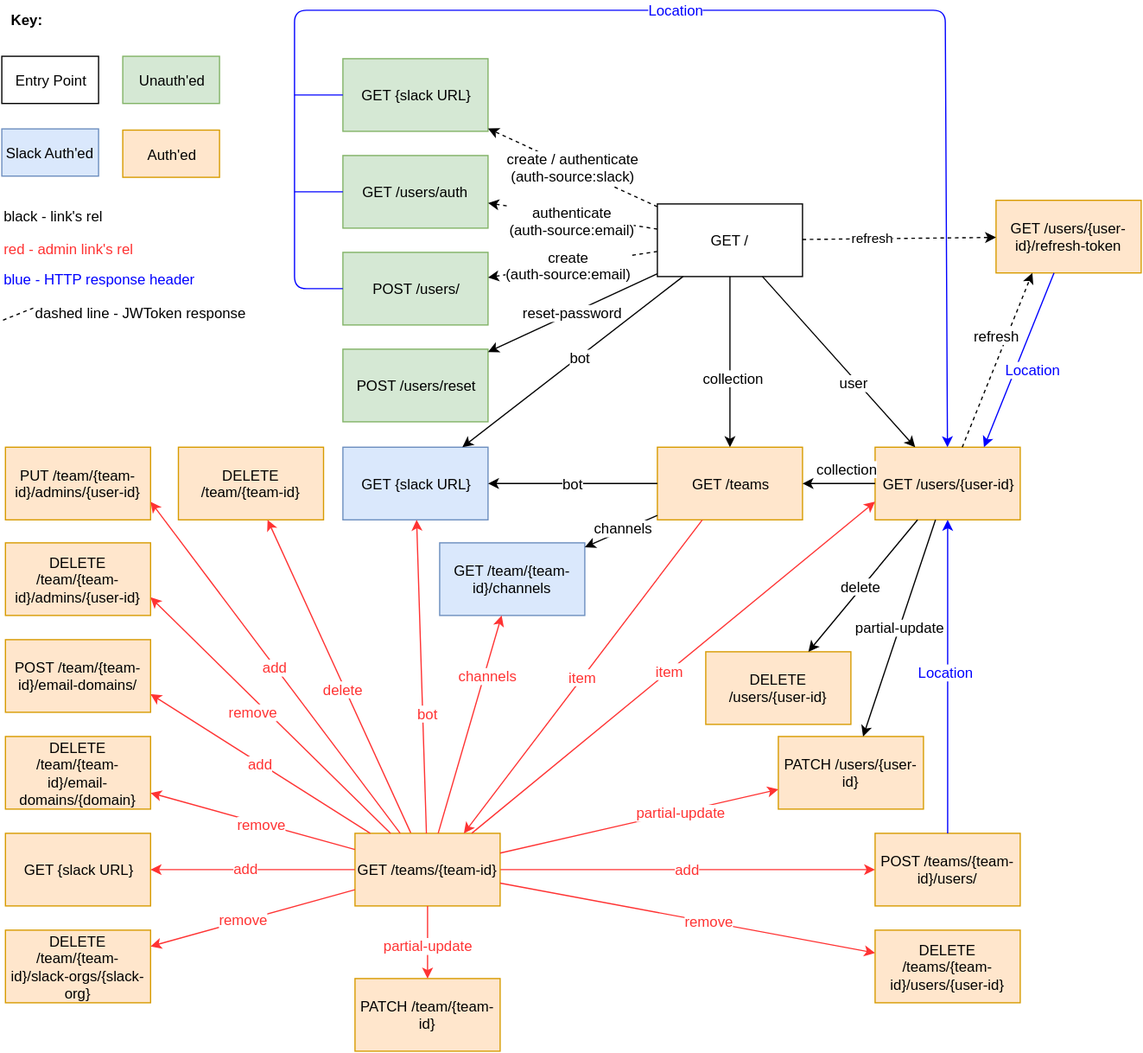
open-company/open-company-auth keeps this draw.io diagram as docs/OC-Auth-REST-API.svg. Above is the earlier version. Source tidied: cells renumbered, new cells last; positions are measured from the earlier drawing's top-left corner, leaving out a move shared by most shapes.
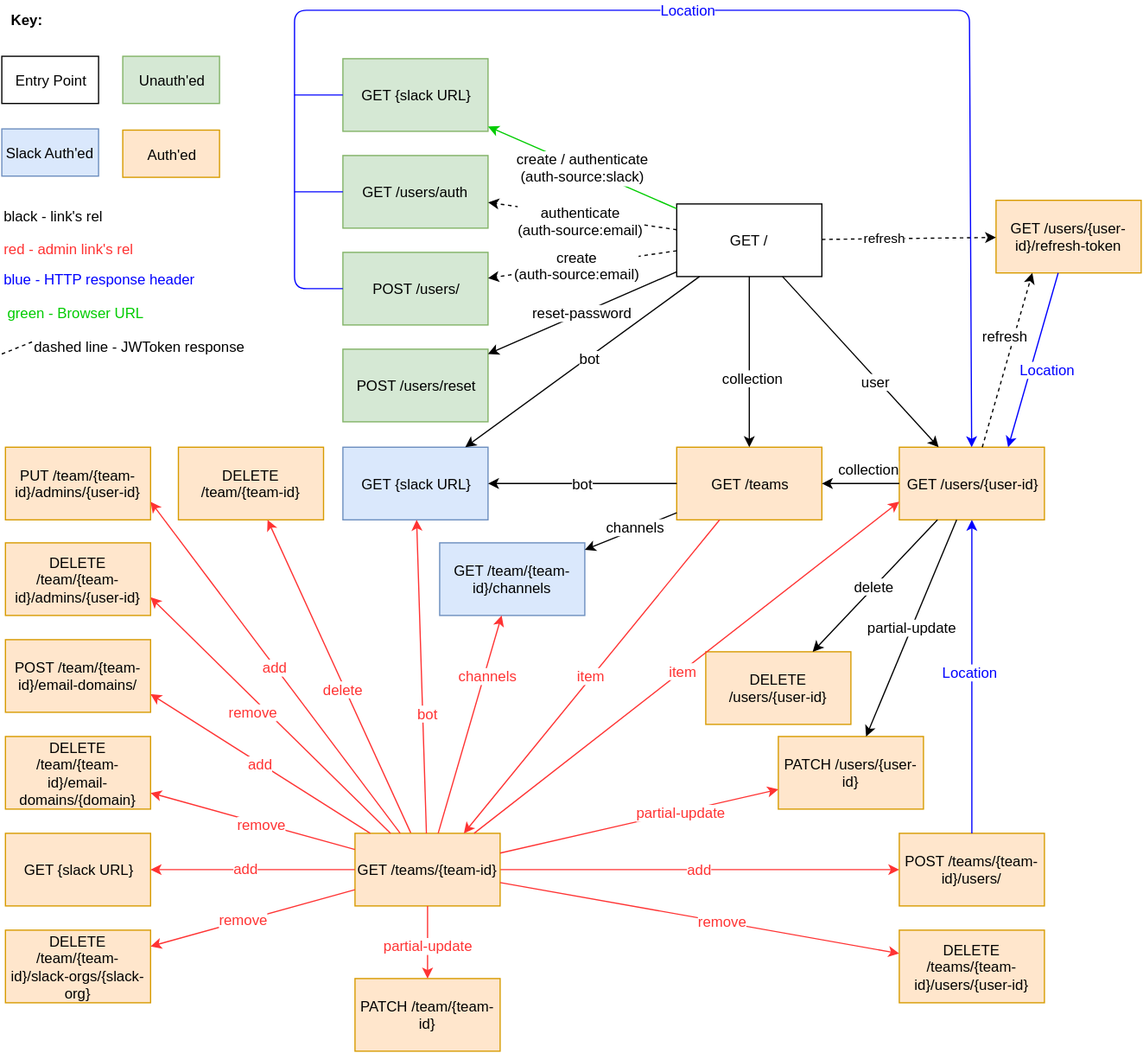
Above is the later version.

Commit message:
Small update to API diagrams.

Diff of the diagram source:
```diff
@@ -3,7 +3,7 @@
     <mxCell id="0" />
     <mxCell id="1" parent="0" />
     <mxCell id="2" value="GET /" style="whiteSpace=wrap;html=1;" parent="1" vertex="1">
-      <mxGeometry x="542" y="162" width="120" height="60" as="geometry" />
+      <mxGeometry x="558" y="162" width="120" height="60" as="geometry" />
     </mxCell>
     <mxCell id="3" value="POST /users/" style="whiteSpace=wrap;html=1;fillColor=#d5e8d4;strokeColor=#82b366;" parent="1" vertex="1">
       <mxGeometry x="282" y="202" width="120" height="60" as="geometry" />
@@ -30,7 +30,7 @@
     <mxCell id="9" value="GET {slack URL}" style="whiteSpace=wrap;html=1;fillColor=#d5e8d4;strokeColor=#82b366;" parent="1" vertex="1">
       <mxGeometry x="282" y="42" width="120" height="60" as="geometry" />
     </mxCell>
-    <mxCell id="10" value="create / authenticate&lt;div&gt;(auth-source:slack)&lt;/div&gt;" style="endArrow=classic;html=1;dashed=1;fontSize=12;" parent="1" edge="1" source="2" target="9">
+    <mxCell id="10" value="create / authenticate&lt;div&gt;(auth-source:slack)&lt;/div&gt;" style="endArrow=classic;html=1;fontSize=12;strokeColor=#00CC00;" parent="1" edge="1" source="2" target="9">
       <mxGeometry relative="1" as="geometry" />
     </mxCell>
     <mxCell id="11" value="GET /users/{user-id}/refresh-token" style="whiteSpace=wrap;html=1;fillColor=#ffe6cc;strokeColor=#d79b00;" parent="1" vertex="1">
@@ -46,13 +46,13 @@
       <mxGeometry x="642" y="602" width="120" height="60" as="geometry" />
     </mxCell>
     <mxCell id="15" value="&lt;span&gt;POST /teams/{team-id}/users/&lt;/span&gt;" style="whiteSpace=wrap;html=1;fillColor=#ffe6cc;strokeColor=#d79b00;" parent="1" vertex="1">
-      <mxGeometry x="722" y="682" width="120" height="60" as="geometry" />
+      <mxGeometry x="742" y="682" width="120" height="60" as="geometry" />
     </mxCell>
     <mxCell id="16" value="GET /team/{team-id}/channels" style="whiteSpace=wrap;html=1;fillColor=#dae8fc;strokeColor=#6c8ebf;" parent="1" vertex="1">
       <mxGeometry x="362" y="442" width="120" height="60" as="geometry" />
     </mxCell>
     <mxCell id="17" value="GET /teams" style="whiteSpace=wrap;html=1;fillColor=#ffe6cc;strokeColor=#d79b00;" parent="1" vertex="1">
-      <mxGeometry x="542" y="363" width="120" height="60" as="geometry" />
+      <mxGeometry x="558" y="363" width="120" height="60" as="geometry" />
     </mxCell>
     <mxCell id="18" style="endArrow=classic;html=1;" parent="1" edge="1" source="2" target="17">
       <mxGeometry relative="1" as="geometry" />
@@ -61,7 +61,7 @@
       <mxGeometry x="0.18" y="2" relative="1" as="geometry" />
     </mxCell>
     <mxCell id="20" value="GET /users/{user-id}" style="whiteSpace=wrap;html=1;fillColor=#ffe6cc;strokeColor=#d79b00;" parent="1" vertex="1">
-      <mxGeometry x="722" y="363" width="120" height="60" as="geometry" />
+      <mxGeometry x="742" y="363" width="120" height="60" as="geometry" />
     </mxCell>
     <mxCell id="21" style="endArrow=classic;html=1;" parent="1" edge="1" source="2" target="20">
       <mxGeometry relative="1" as="geometry" />
@@ -111,13 +111,13 @@
       <mxGeometry y="214" width="170" height="20" as="geometry" />
     </mxCell>
     <mxCell id="36" style="endArrow=none;html=1;dashed=1;endFill=0;" parent="1" edge="1">
-      <mxGeometry x="-121" y="246" as="geometry">
-        <mxPoint x="1" y="258" as="sourcePoint" />
-        <mxPoint x="26" y="248" as="targetPoint" />
+      <mxGeometry x="-122" y="274" as="geometry">
+        <mxPoint y="286" as="sourcePoint" />
+        <mxPoint x="25" y="276" as="targetPoint" />
       </mxGeometry>
     </mxCell>
     <mxCell id="37" value="dashed line - JWToken response" style="text;html=1;strokeColor=none;fillColor=none;align=left;verticalAlign=middle;whiteSpace=wrap;" parent="1" vertex="1">
-      <mxGeometry x="26" y="242" width="180" height="20" as="geometry" />
+      <mxGeometry x="25" y="270" width="180" height="20" as="geometry" />
     </mxCell>
     <mxCell id="38" value="POST /users/reset" style="whiteSpace=wrap;html=1;fillColor=#d5e8d4;strokeColor=#82b366;" parent="1" vertex="1">
       <mxGeometry x="282" y="282" width="120" height="60" as="geometry" />
@@ -212,7 +212,7 @@
         <Array as="points">
           <mxPoint x="242" y="232" />
           <mxPoint x="242" y="2" />
-          <mxPoint x="780" y="2" />
+          <mxPoint x="800" y="2" />
         </Array>
       </mxGeometry>
     </mxCell>
@@ -292,7 +292,7 @@
       <mxGeometry x="0.08" y="-2" relative="1" as="geometry" />
     </mxCell>
     <mxCell id="88" value="DELETE /teams/{team-id}/users/{user-id}" style="whiteSpace=wrap;html=1;fillColor=#ffe6cc;strokeColor=#d79b00;" parent="1" vertex="1">
-      <mxGeometry x="722" y="762" width="120" height="60" as="geometry" />
+      <mxGeometry x="742" y="762" width="120" height="60" as="geometry" />
     </mxCell>
     <mxCell id="89" style="endArrow=classic;html=1;strokeColor=#000000;fontSize=12;fontColor=#FF3333;" parent="1" edge="1" source="2" target="13">
       <mxGeometry relative="1" as="geometry" />
@@ -300,5 +300,8 @@
     <mxCell id="90" value="&lt;font color=&quot;#000000&quot;&gt;bot&lt;/font&gt;" style="text;html=1;align=center;verticalAlign=middle;labelBackgroundColor=#ffffff;fontSize=12;fontColor=#FF3333;" parent="89" vertex="1">
       <mxGeometry x="-0.06" y="1" relative="1" as="geometry" />
     </mxCell>
+    <mxCell id="91" value="&lt;font color=&quot;#00cc00&quot;&gt;green - Browser URL&lt;/font&gt;" style="text;html=1;strokeColor=none;fillColor=none;align=left;verticalAlign=middle;whiteSpace=wrap;" parent="1" vertex="1">
+      <mxGeometry x="3" y="242" width="170" height="20" as="geometry" />
+    </mxCell>
   </root>
 </mxGraphModel>
```
